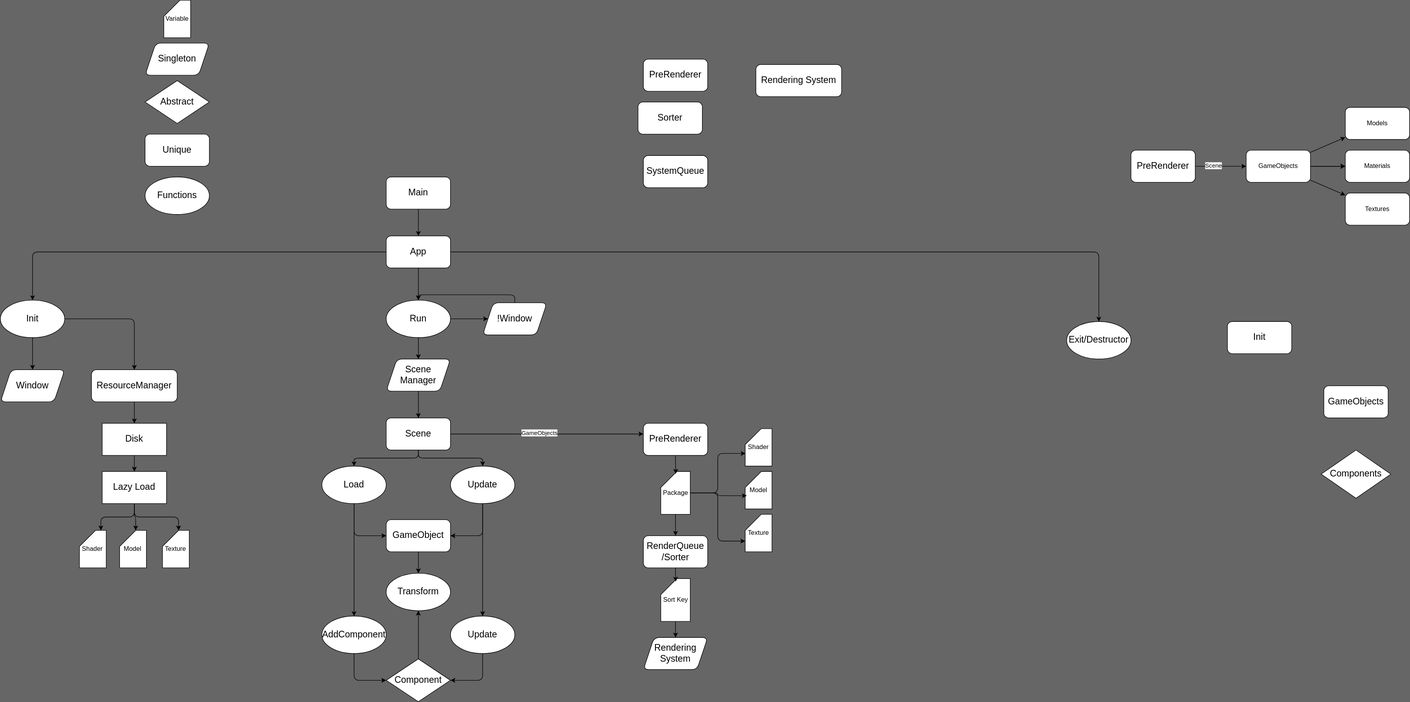
Zubialde/OpenGL_VSC_version_3.3 keeps this draw.io diagram as Docs.drawio.svg. Above is the earlier version. Source tidied: cells renumbered, new cells last; positions are measured from the earlier drawing's top-left corner, leaving out a move shared by most shapes.
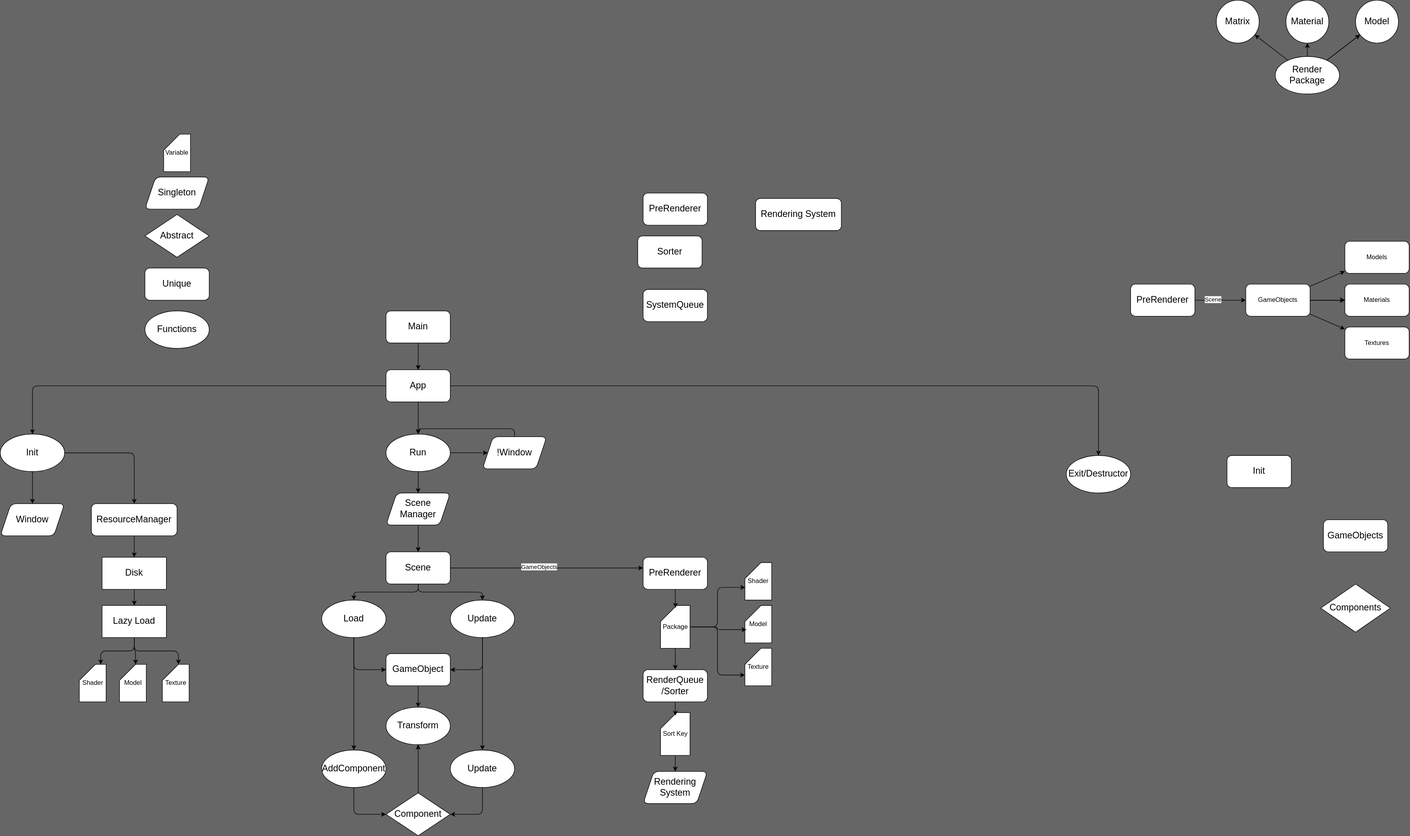
After the change.

What changed in the source:
```diff
@@ -282,5 +282,29 @@
     <mxCell id="91" value="Textures" style="whiteSpace=wrap;html=1;rounded=1;" parent="1" vertex="1">
       <mxGeometry x="2510" y="360" width="120" height="60" as="geometry" />
     </mxCell>
+    <mxCell id="92" style="edgeStyle=none;html=1;" parent="1" edge="1" source="96" target="97">
+      <mxGeometry relative="1" as="geometry" />
+    </mxCell>
+    <mxCell id="93" style="edgeStyle=none;html=1;" parent="1" edge="1" source="96" target="98">
+      <mxGeometry relative="1" as="geometry" />
+    </mxCell>
+    <mxCell id="94" style="edgeStyle=none;html=1;" parent="1" edge="1" source="96" target="98">
+      <mxGeometry relative="1" as="geometry" />
+    </mxCell>
+    <mxCell id="95" style="edgeStyle=none;html=1;" parent="1" edge="1" source="96" target="99">
+      <mxGeometry relative="1" as="geometry" />
+    </mxCell>
+    <mxCell id="96" value="Render Package" style="ellipse;whiteSpace=wrap;html=1;fontSize=17;" parent="1" vertex="1">
+      <mxGeometry x="2380" y="-145" width="120" height="70" as="geometry" />
+    </mxCell>
+    <mxCell id="97" value="Matrix" style="ellipse;whiteSpace=wrap;html=1;fontSize=17;" parent="1" vertex="1">
+      <mxGeometry x="2270" y="-250" width="80" height="80" as="geometry" />
+    </mxCell>
+    <mxCell id="98" value="Model" style="ellipse;whiteSpace=wrap;html=1;fontSize=17;" parent="1" vertex="1">
+      <mxGeometry x="2530" y="-250" width="80" height="80" as="geometry" />
+    </mxCell>
+    <mxCell id="99" value="Material" style="ellipse;whiteSpace=wrap;html=1;fontSize=17;" parent="1" vertex="1">
+      <mxGeometry x="2400" y="-250" width="80" height="80" as="geometry" />
+    </mxCell>
   </root>
 </mxGraphModel>
```
